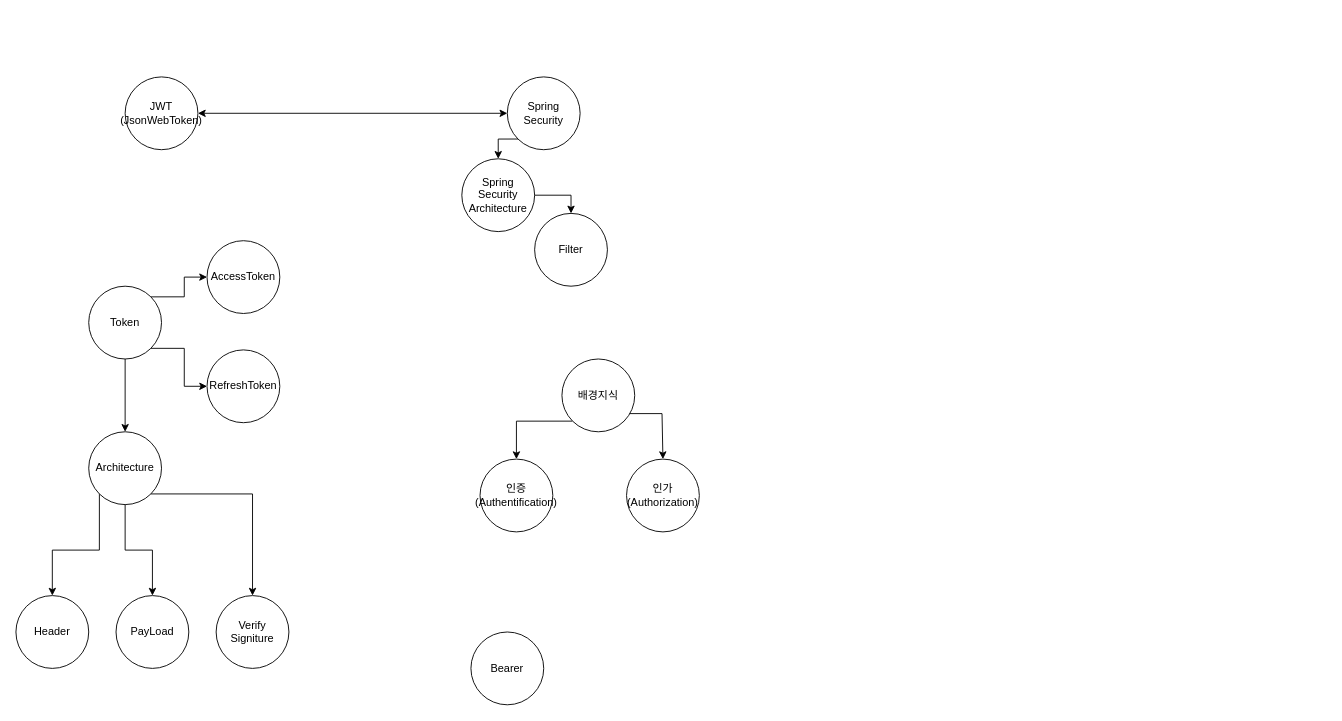
Above: JWT.drawio in HJC96/Study (draw.io), before the change. Source tidied: cells renumbered, new cells numbered last; positions are measured from the earlier drawing's top-left corner, leaving out a move shared by most shapes. Both pictures are drawn from the tidied source at 91%, with x=0, y=0 at pixel (15, 76).
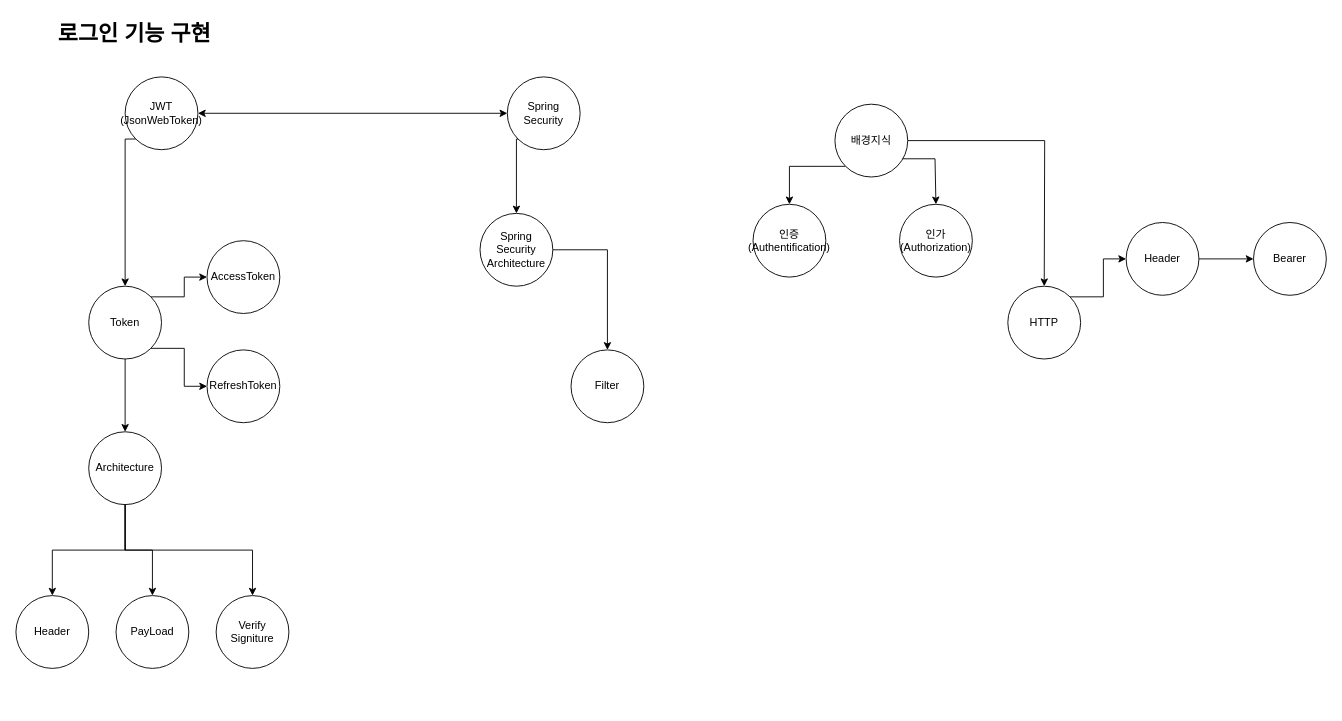
The same diagram, later.

The change refers to these unchanged cells:
```xml
<mxCell id="2" value="JWT&lt;br&gt;(JsonWebToken)" style="ellipse;whiteSpace=wrap;html=1;" parent="1" vertex="1">
  <mxGeometry x="120" width="80" height="80" as="geometry" />
</mxCell>
<mxCell id="4" value="Spring Security" style="ellipse;whiteSpace=wrap;html=1;" parent="1" vertex="1">
  <mxGeometry x="540" width="80" height="80" as="geometry" />
</mxCell>
<mxCell id="14" value="Token" style="ellipse;whiteSpace=wrap;html=1;" parent="1" vertex="1">
  <mxGeometry x="80" y="230" width="80" height="80" as="geometry" />
</mxCell>
<mxCell id="23" value="Architecture" style="ellipse;whiteSpace=wrap;html=1;" parent="1" vertex="1">
  <mxGeometry x="80" y="390" width="80" height="80" as="geometry" />
</mxCell>
<mxCell id="24" value="Header" style="ellipse;whiteSpace=wrap;html=1;" parent="1" vertex="1">
  <mxGeometry y="570" width="80" height="80" as="geometry" />
</mxCell>
<mxCell id="26" value="Verify Signiture" style="ellipse;whiteSpace=wrap;html=1;" parent="1" vertex="1">
  <mxGeometry x="220" y="570" width="80" height="80" as="geometry" />
</mxCell>
```

Diff of the diagram source:
```diff
@@
+    <mxCell id="28" style="edgeStyle=orthogonalEdgeStyle;rounded=0;jettySize=auto;html=1;exitX=0;exitY=1;exitDx=0;exitDy=0;entryX=0.5;entryY=0;entryDx=0;entryDy=0;" parent="1" edge="1" source="2" target="14">
+      <mxGeometry relative="1" as="geometry">
+        <Array as="points">
+          <mxPoint x="120" y="68" />
+        </Array>
+      </mxGeometry>
+    </mxCell>
@@
     <mxCell id="3" style="edgeStyle=orthogonalEdgeStyle;rounded=0;jettySize=auto;html=1;exitX=0;exitY=1;exitDx=0;exitDy=0;entryX=0.5;entryY=0;entryDx=0;entryDy=0;" parent="1" edge="1" source="4" target="8">
-      <mxGeometry relative="1" as="geometry" />
+      <mxGeometry relative="1" as="geometry">
+        <Array as="points">
+          <mxPoint x="550" y="68" />
+        </Array>
+      </mxGeometry>
     </mxCell>
@@
     <mxCell id="8" value="Spring Security Architecture" style="ellipse;whiteSpace=wrap;html=1;" parent="1" vertex="1">
-      <mxGeometry x="490" y="90" width="80" height="80" as="geometry" />
+      <mxGeometry x="510" y="150" width="80" height="80" as="geometry" />
     </mxCell>
     <mxCell id="9" value="Filter" style="ellipse;whiteSpace=wrap;html=1;" parent="1" vertex="1">
-      <mxGeometry x="570" y="150" width="80" height="80" as="geometry" />
+      <mxGeometry x="610" y="300" width="80" height="80" as="geometry" />
     </mxCell>
-    <mxCell id="10" value="Bearer" style="ellipse;whiteSpace=wrap;html=1;" parent="1" vertex="1">
-      <mxGeometry x="500" y="610" width="80" height="80" as="geometry" />
-    </mxCell>
@@
     <mxCell id="15" value="인증(Authentification)" style="ellipse;whiteSpace=wrap;html=1;" parent="1" vertex="1">
-      <mxGeometry x="510" y="420" width="80" height="80" as="geometry" />
+      <mxGeometry x="810" y="140" width="80" height="80" as="geometry" />
     </mxCell>
     <mxCell id="16" value="인가&lt;br&gt;(Authorization)" style="ellipse;whiteSpace=wrap;html=1;" parent="1" vertex="1">
-      <mxGeometry x="671" y="420" width="80" height="80" as="geometry" />
+      <mxGeometry x="971" y="140" width="80" height="80" as="geometry" />
     </mxCell>
@@
     <mxCell id="18" style="edgeStyle=orthogonalEdgeStyle;rounded=0;jettySize=auto;html=1;exitX=1;exitY=1;exitDx=0;exitDy=0;entryX=0.5;entryY=0;entryDx=0;entryDy=0;" parent="1" edge="1" source="19" target="16">
       <mxGeometry relative="1" as="geometry">
         <Array as="points">
-          <mxPoint x="668" y="370" />
-          <mxPoint x="710" y="370" />
+          <mxPoint x="968" y="90" />
+          <mxPoint x="1010" y="90" />
         </Array>
       </mxGeometry>
     </mxCell>
+    <mxCell id="29" style="edgeStyle=orthogonalEdgeStyle;rounded=0;jettySize=auto;html=1;exitX=1;exitY=0.5;exitDx=0;exitDy=0;entryX=0.5;entryY=0;entryDx=0;entryDy=0;" parent="1" edge="1" source="19">
+      <mxGeometry relative="1" as="geometry">
+        <mxPoint x="1130" y="230" as="targetPoint" />
+      </mxGeometry>
+    </mxCell>
     <mxCell id="19" value="배경지식" style="ellipse;whiteSpace=wrap;html=1;" parent="1" vertex="1">
-      <mxGeometry x="600" y="310" width="80" height="80" as="geometry" />
+      <mxGeometry x="900" y="30" width="80" height="80" as="geometry" />
     </mxCell>
     <mxCell id="20" style="edgeStyle=orthogonalEdgeStyle;rounded=0;jettySize=auto;html=1;exitX=0;exitY=1;exitDx=0;exitDy=0;entryX=0.5;entryY=0;entryDx=0;entryDy=0;" parent="1" edge="1" source="23" target="24">
-      <mxGeometry relative="1" as="geometry" />
+      <mxGeometry relative="1" as="geometry">
+        <Array as="points">
+          <mxPoint x="120" y="458" />
+          <mxPoint x="120" y="520" />
+          <mxPoint x="40" y="520" />
+        </Array>
+      </mxGeometry>
     </mxCell>
@@
     <mxCell id="22" style="edgeStyle=orthogonalEdgeStyle;rounded=0;jettySize=auto;html=1;exitX=1;exitY=1;exitDx=0;exitDy=0;entryX=0.5;entryY=0;entryDx=0;entryDy=0;" parent="1" edge="1" source="23" target="26">
       <mxGeometry relative="1" as="geometry">
         <Array as="points">
-          <mxPoint x="260" y="458" />
+          <mxPoint x="120" y="458" />
+          <mxPoint x="120" y="520" />
+          <mxPoint x="260" y="520" />
         </Array>
       </mxGeometry>
     </mxCell>
@@
+    <mxCell id="30" value="&lt;b&gt;&lt;font style=&quot;font-size: 24px;&quot;&gt;로그인 기능 구현&lt;/font&gt;&lt;/b&gt;" style="text;html=1;align=center;verticalAlign=middle;strokeColor=none;fillColor=none;" parent="1" vertex="1">
+      <mxGeometry x="40" y="-67" width="180" height="40" as="geometry" />
+    </mxCell>
+    <mxCell id="31" style="edgeStyle=orthogonalEdgeStyle;rounded=0;jettySize=auto;html=1;exitX=1;exitY=0;exitDx=0;exitDy=0;entryX=0;entryY=0.5;entryDx=0;entryDy=0;" parent="1" edge="1" source="32" target="34">
+      <mxGeometry relative="1" as="geometry" />
+    </mxCell>
+    <mxCell id="32" value="HTTP" style="ellipse;whiteSpace=wrap;html=1;" parent="1" vertex="1">
+      <mxGeometry x="1090" y="230" width="80" height="80" as="geometry" />
+    </mxCell>
+    <mxCell id="10" value="Bearer" style="ellipse;whiteSpace=wrap;html=1;" parent="1" vertex="1">
+      <mxGeometry x="1360" y="160" width="80" height="80" as="geometry" />
+    </mxCell>
+    <mxCell id="33" style="edgeStyle=orthogonalEdgeStyle;rounded=0;jettySize=auto;html=1;exitX=1;exitY=0.5;exitDx=0;exitDy=0;entryX=0;entryY=0.5;entryDx=0;entryDy=0;" parent="1" edge="1" source="34" target="10">
+      <mxGeometry relative="1" as="geometry" />
+    </mxCell>
+    <mxCell id="34" value="Header" style="ellipse;whiteSpace=wrap;html=1;" parent="1" vertex="1">
+      <mxGeometry x="1220" y="160" width="80" height="80" as="geometry" />
+    </mxCell>
```
